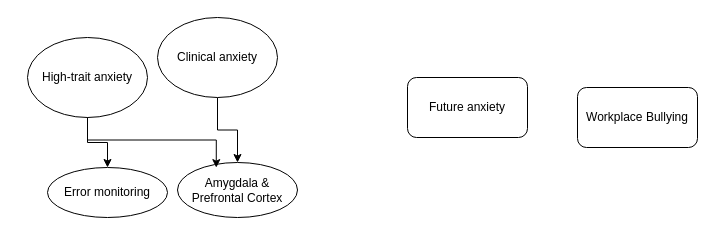
Before: Untitled Diagram.drawio in Jocca97/Workplace-bullying, a draw.io diagram. Source tidied: cells renumbered, new cells numbered last; positions are measured from the earlier drawing's top-left corner, leaving out a move shared by most shapes. Both pictures are drawn from the tidied source at 100%, with x=0, y=0 at pixel (27, 17).
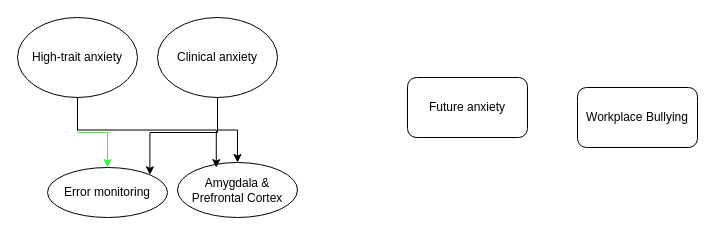
After the change.

What changed in the source:
```diff
@@
 <mxGraphModel>
   <root>
     <mxCell id="0" />
     <mxCell id="1" parent="0" />
     <mxCell id="2" style="rounded=0;html=1;jettySize=auto;orthogonalLoop=1;fontSize=11;endArrow=block;endFill=0;endSize=8;strokeWidth=1;shadow=0;labelBackgroundColor=none;edgeStyle=orthogonalEdgeStyle;" parent="1" edge="1">
       <mxGeometry relative="1" as="geometry">
         <mxPoint x="200" y="60" as="targetPoint" />
       </mxGeometry>
     </mxCell>
     <mxCell id="3" value="Future anxiety" style="rounded=1;whiteSpace=wrap;html=1;" parent="1" vertex="1">
       <mxGeometry x="380" y="60" width="120" height="60" as="geometry" />
     </mxCell>
     <mxCell id="4" value="Workplace Bullying" style="rounded=1;whiteSpace=wrap;html=1;" parent="1" vertex="1">
       <mxGeometry x="550" y="70" width="120" height="60" as="geometry" />
     </mxCell>
-    <mxCell id="5" style="edgeStyle=orthogonalEdgeStyle;rounded=0;jettySize=auto;html=1;exitX=0.5;exitY=1;exitDx=0;exitDy=0;entryX=0.5;entryY=0;entryDx=0;entryDy=0;" parent="1" edge="1" source="6" target="9">
+    <mxCell id="5" style="edgeStyle=orthogonalEdgeStyle;rounded=0;jettySize=auto;html=1;exitX=0.5;exitY=1;exitDx=0;exitDy=0;entryX=0.5;entryY=0;entryDx=0;entryDy=0;fillColor=#99FFCC;strokeColor=light-dark(#33FF33,#FFFFFF);" parent="1" edge="1" source="6" target="9">
       <mxGeometry relative="1" as="geometry" />
     </mxCell>
     <mxCell id="6" value="High-trait anxiety" style="ellipse;whiteSpace=wrap;html=1;" parent="1" vertex="1">
-      <mxGeometry y="20" width="120" height="80" as="geometry" />
+      <mxGeometry x="-10" width="120" height="80" as="geometry" />
     </mxCell>
     <mxCell id="7" style="edgeStyle=orthogonalEdgeStyle;rounded=0;jettySize=auto;html=1;exitX=0.5;exitY=1;exitDx=0;exitDy=0;entryX=0.5;entryY=0;entryDx=0;entryDy=0;" parent="1" edge="1" source="8" target="10">
       <mxGeometry relative="1" as="geometry" />
     </mxCell>
+    <mxCell id="12" style="edgeStyle=orthogonalEdgeStyle;rounded=0;jettySize=auto;html=1;exitX=0.5;exitY=1;exitDx=0;exitDy=0;entryX=1;entryY=0;entryDx=0;entryDy=0;" parent="1" edge="1" source="8" target="9">
+      <mxGeometry relative="1" as="geometry" />
+    </mxCell>
     <mxCell id="8" value="Clinical anxiety" style="ellipse;whiteSpace=wrap;html=1;" parent="1" vertex="1">
       <mxGeometry x="130" width="120" height="80" as="geometry" />
     </mxCell>
     <mxCell id="9" value="Error monitoring" style="ellipse;whiteSpace=wrap;html=1;" parent="1" vertex="1">
       <mxGeometry x="20" y="150" width="120" height="50" as="geometry" />
     </mxCell>
     <mxCell id="10" value="Amygdala &amp;amp; Prefrontal Cortex" style="ellipse;whiteSpace=wrap;html=1;" parent="1" vertex="1">
       <mxGeometry x="150" y="145" width="120" height="55" as="geometry" />
     </mxCell>
-    <mxCell id="11" style="edgeStyle=orthogonalEdgeStyle;rounded=0;jettySize=auto;html=1;exitX=0.5;exitY=1;exitDx=0;exitDy=0;entryX=0.323;entryY=0.093;entryDx=0;entryDy=0;entryPerimeter=0;" parent="1" edge="1" source="6" target="10">
+    <mxCell id="11" style="edgeStyle=orthogonalEdgeStyle;rounded=0;jettySize=auto;html=1;exitX=0.5;exitY=1;exitDx=0;exitDy=0;entryX=0.323;entryY=0.093;entryDx=0;entryDy=0;entryPerimeter=0;fillColor=#33FF33;" parent="1" edge="1" source="6" target="10">
       <mxGeometry relative="1" as="geometry" />
     </mxCell>
   </root>
 </mxGraphModel>
```
